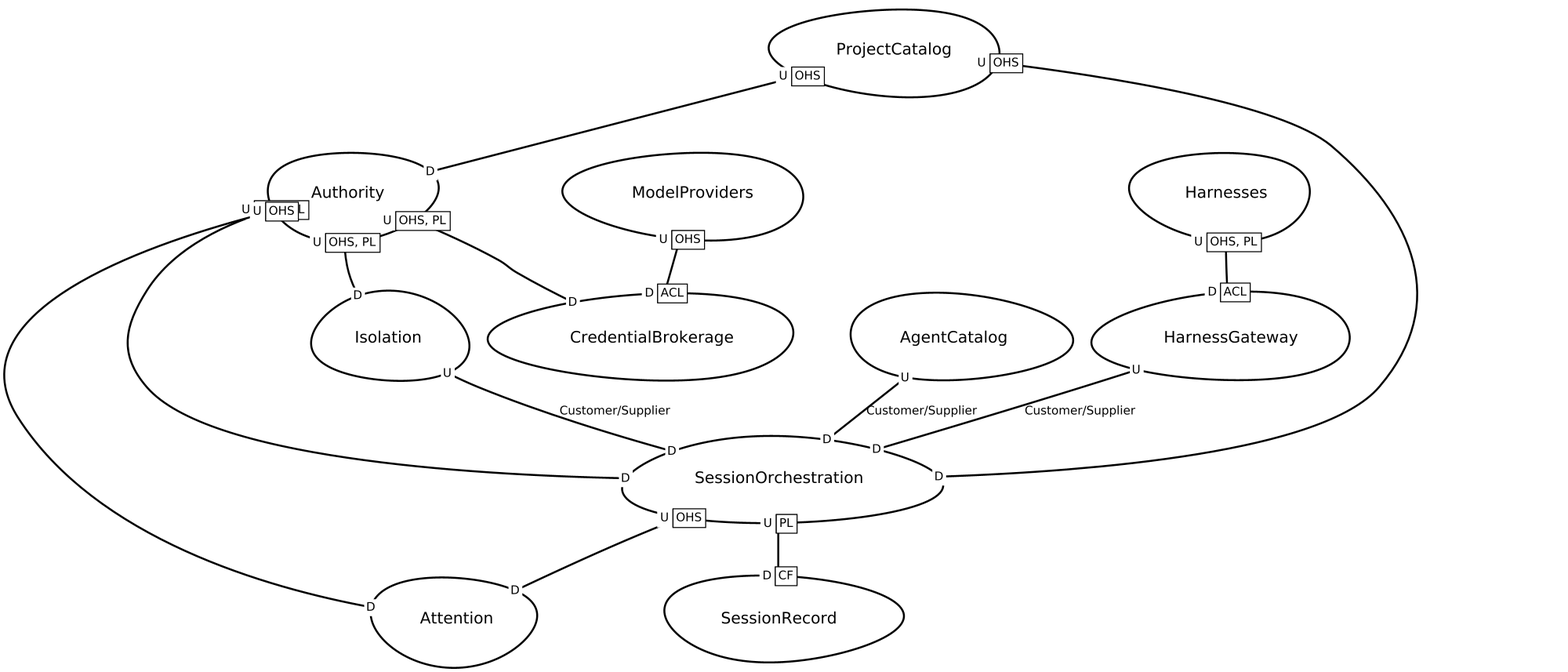
Above: domain/out/agent-hypervisor_ContextMap.png in phibkro/agent-hypervisor (Graphviz), before the change. Its source is kept beside it as domain/out/agent-hypervisor_ContextMap.gv.
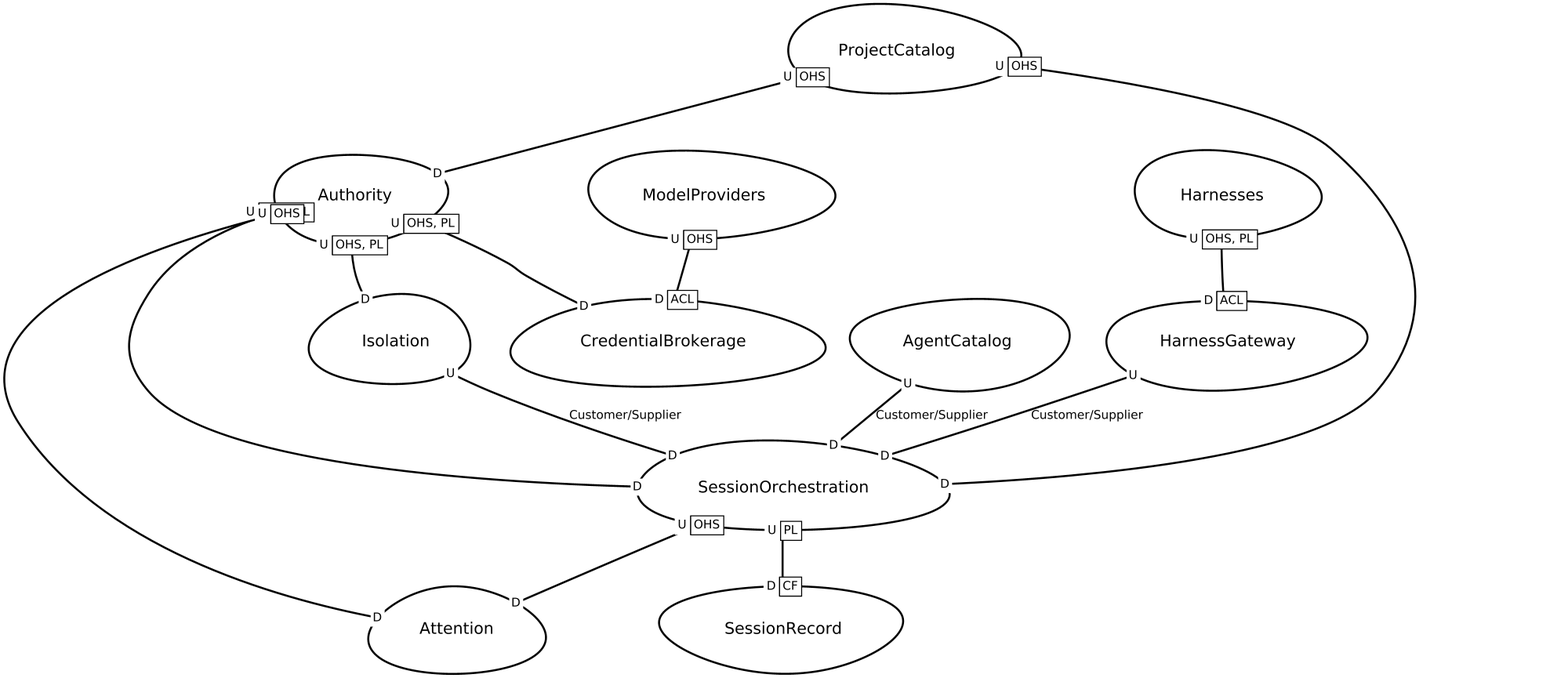
The same file after the commit.

The edit, as a diff of the source:
```diff
@@ -1,16 +1,16 @@
 digraph "ContextMapGraph" {
 graph ["imagepath"="/tmp/GraphvizJava"]
-"AgentCatalog" ["margin"="0.3","orientation"="162","shape"="egg","fontsize"="16","style"="bold","label"="AgentCatalog\n","fontname"="sans-serif"]
-"SessionOrchestration" ["margin"="0.3","orientation"="344","shape"="egg","fontsize"="16","style"="bold","label"="SessionOrchestration\n","fontname"="sans-serif"]
-"SessionRecord" ["margin"="0.3","orientation"="310","shape"="egg","fontsize"="16","style"="bold","label"="SessionRecord\n","fontname"="sans-serif"]
-"Attention" ["margin"="0.3","orientation"="175","shape"="egg","fontsize"="16","style"="bold","label"="Attention\n","fontname"="sans-serif"]
-"Authority" ["margin"="0.3","orientation"="146","shape"="egg","fontsize"="16","style"="bold","label"="Authority\n","fontname"="sans-serif"]
-"Isolation" ["margin"="0.3","orientation"="332","shape"="egg","fontsize"="16","style"="bold","label"="Isolation\n","fontname"="sans-serif"]
-"CredentialBrokerage" ["margin"="0.3","orientation"="90","shape"="egg","fontsize"="16","style"="bold","label"="CredentialBrokerage\n","fontname"="sans-serif"]
-"HarnessGateway" ["margin"="0.3","orientation"="161","shape"="egg","fontsize"="16","style"="bold","label"="HarnessGateway\n","fontname"="sans-serif"]
-"Harnesses" ["margin"="0.3","orientation"="18","shape"="egg","fontsize"="16","style"="bold","label"="Harnesses\n","fontname"="sans-serif"]
-"ModelProviders" ["margin"="0.3","orientation"="167","shape"="egg","fontsize"="16","style"="bold","label"="ModelProviders\n","fontname"="sans-serif"]
-"ProjectCatalog" ["margin"="0.3","orientation"="289","shape"="egg","fontsize"="16","style"="bold","label"="ProjectCatalog\n","fontname"="sans-serif"]
+"AgentCatalog" ["margin"="0.3","orientation"="190","shape"="egg","fontsize"="16","style"="bold","label"="AgentCatalog\n","fontname"="sans-serif"]
+"SessionOrchestration" ["margin"="0.3","orientation"="324","shape"="egg","fontsize"="16","style"="bold","label"="SessionOrchestration\n","fontname"="sans-serif"]
+"SessionRecord" ["margin"="0.3","orientation"="231","shape"="egg","fontsize"="16","style"="bold","label"="SessionRecord\n","fontname"="sans-serif"]
+"Attention" ["margin"="0.3","orientation"="37","shape"="egg","fontsize"="16","style"="bold","label"="Attention\n","fontname"="sans-serif"]
+"Authority" ["margin"="0.3","orientation"="111","shape"="egg","fontsize"="16","style"="bold","label"="Authority\n","fontname"="sans-serif"]
+"Isolation" ["margin"="0.3","orientation"="116","shape"="egg","fontsize"="16","style"="bold","label"="Isolation\n","fontname"="sans-serif"]
+"CredentialBrokerage" ["margin"="0.3","orientation"="293","shape"="egg","fontsize"="16","style"="bold","label"="CredentialBrokerage\n","fontname"="sans-serif"]
+"HarnessGateway" ["margin"="0.3","orientation"="284","shape"="egg","fontsize"="16","style"="bold","label"="HarnessGateway\n","fontname"="sans-serif"]
+"Harnesses" ["margin"="0.3","orientation"="303","shape"="egg","fontsize"="16","style"="bold","label"="Harnesses\n","fontname"="sans-serif"]
+"ModelProviders" ["margin"="0.3","orientation"="235","shape"="egg","fontsize"="16","style"="bold","label"="ModelProviders\n","fontname"="sans-serif"]
+"ProjectCatalog" ["margin"="0.3","orientation"="285","shape"="egg","fontsize"="16","style"="bold","label"="ProjectCatalog\n","fontname"="sans-serif"]
 "AgentCatalog" -> "SessionOrchestration" ["headlabel"=<<table cellspacing="0" cellborder="0" border="0">
 <tr><td bgcolor="white">D</td></tr>
 </table>>,"labeldistance"="0","fontsize"="12","taillabel"=<<table cellspacing="0" cellborder="0" border="0">
@@ -31,6 +31,11 @@
 </table>>,"labeldistance"="0","fontsize"="12","taillabel"=<<table cellspacing="0" cellborder="1" border="0">
 <tr><td bgcolor="white" sides="r">U</td><td sides="trbl" bgcolor="white"><font>OHS, PL</font></td></tr>
 </table>>,"style"="bold","label"="                                        ","dir"="none","fontname"="sans-serif"]
+"Authority" -> "Attention" ["headlabel"=<<table cellspacing="0" cellborder="0" border="0">
+<tr><td bgcolor="white">D</td></tr>
+</table>>,"labeldistance"="0","fontsize"="12","taillabel"=<<table cellspacing="0" cellborder="1" border="0">
+<tr><td bgcolor="white" sides="r">U</td><td sides="trbl" bgcolor="white"><font>OHS</font></td></tr>
+</table>>,"style"="bold","label"="                                        ","dir"="none","fontname"="sans-serif"]
 "Authority" -> "Isolation" ["headlabel"=<<table cellspacing="0" cellborder="0" border="0">
 <tr><td bgcolor="white">D</td></tr>
 </table>>,"labeldistance"="0","fontsize"="12","taillabel"=<<table cellspacing="0" cellborder="1" border="0">
@@ -40,11 +45,6 @@
 <tr><td bgcolor="white">D</td></tr>
 </table>>,"labeldistance"="0","fontsize"="12","taillabel"=<<table cellspacing="0" cellborder="1" border="0">
 <tr><td bgcolor="white" sides="r">U</td><td sides="trbl" bgcolor="white"><font>OHS, PL</font></td></tr>
-</table>>,"style"="bold","label"="                                        ","dir"="none","fontname"="sans-serif"]
-"Authority" -> "Attention" ["headlabel"=<<table cellspacing="0" cellborder="0" border="0">
-<tr><td bgcolor="white">D</td></tr>
-</table>>,"labeldistance"="0","fontsize"="12","taillabel"=<<table cellspacing="0" cellborder="1" border="0">
-<tr><td bgcolor="white" sides="r">U</td><td sides="trbl" bgcolor="white"><font>OHS</font></td></tr>
 </table>>,"style"="bold","label"="                                        ","dir"="none","fontname"="sans-serif"]
 "Isolation" -> "SessionOrchestration" ["headlabel"=<<table cellspacing="0" cellborder="0" border="0">
 <tr><td bgcolor="white">D</td></tr>
```
